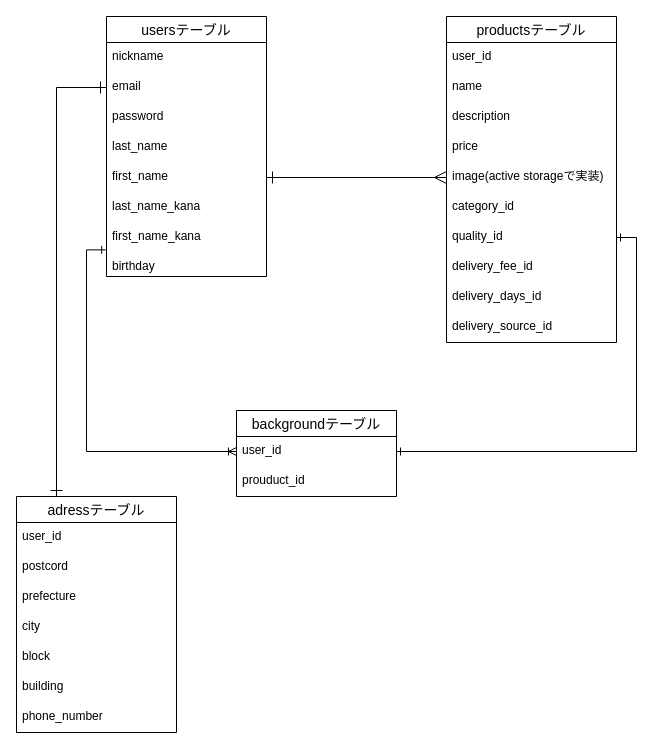
The draw.io diagram page "ページ1" (1 of 2) of furima.dio in SeyH0409/furima-32867, before the edit. Source tidied: cells renumbered, new cells numbered last; positions are measured from the earlier drawing's top-left corner, leaving out a move shared by most shapes. Both pictures are drawn from the tidied source at 100%, with x=0, y=0 at pixel (16, 16).
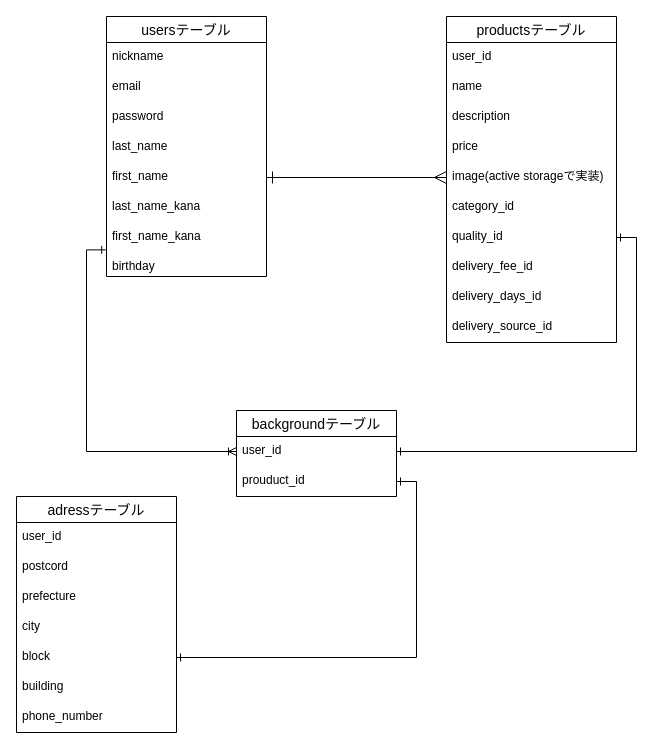
The same diagram, later.

Unchanged cells that the change refers to:
```xml
<mxCell id="4" value="email&#10;" style="text;strokeColor=none;fillColor=none;spacingLeft=4;spacingRight=4;overflow=hidden;points=[[0,0.5],[1,0.5]];portConstraint=eastwest;fontSize=12;" parent="2" vertex="1">
  <mxGeometry y="56" width="160" height="30" as="geometry" />
</mxCell>
<mxCell id="23" value="adressテーブル" style="swimlane;fontStyle=0;horizontal=1;startSize=26;align=center;fontSize=14;" parent="1" vertex="1">
  <mxGeometry y="480" width="160" height="236" as="geometry" />
</mxCell>
<mxCell id="28" value="block" style="text;strokeColor=none;fillColor=none;spacingLeft=4;spacingRight=4;overflow=hidden;points=[[0,0.5],[1,0.5]];portConstraint=eastwest;fontSize=12;" parent="23" vertex="1">
  <mxGeometry y="146" width="160" height="30" as="geometry" />
</mxCell>
<mxCell id="34" value="prouduct_id" style="text;strokeColor=none;fillColor=none;spacingLeft=4;spacingRight=4;overflow=hidden;points=[[0,0.5],[1,0.5]];portConstraint=eastwest;fontSize=12;" parent="32" vertex="1">
  <mxGeometry y="56" width="160" height="30" as="geometry" />
</mxCell>
```

What changed in the source:
```diff
@@
-    <mxCell id="31" style="edgeStyle=orthogonalEdgeStyle;rounded=0;jettySize=auto;html=1;exitX=0;exitY=0.5;exitDx=0;exitDy=0;entryX=0.25;entryY=0;entryDx=0;entryDy=0;startArrow=ERone;startFill=0;startSize=10;endArrow=ERone;endFill=0;endSize=10;" parent="1" edge="1" source="4" target="23">
-      <mxGeometry relative="1" as="geometry" />
-    </mxCell>
@@
+    <mxCell id="38" style="edgeStyle=orthogonalEdgeStyle;rounded=0;jettySize=auto;html=1;exitX=1;exitY=0.5;exitDx=0;exitDy=0;entryX=1;entryY=0.5;entryDx=0;entryDy=0;endArrow=ERone;endFill=0;startArrow=ERone;startFill=0;" parent="1" edge="1" source="34" target="28">
+      <mxGeometry relative="1" as="geometry" />
+    </mxCell>
```
